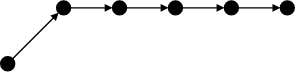
The draw.io diagram Processamento de Imagens - Atividades do dia 2022-06-09.svg in mdmundo/diagrams, before a commit. Source tidied: cells renumbered, new cells last; positions are measured from the earlier drawing's top-left corner, leaving out a move shared by most shapes.
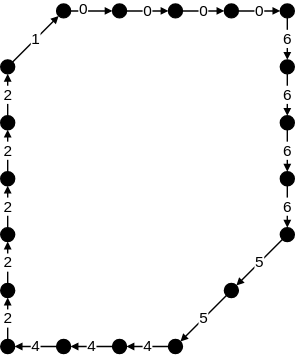
Later version of the same file.

What changed in the source:
```diff
@@ -2,7 +2,7 @@
   <root>
     <mxCell id="0" />
     <mxCell id="1" parent="0" />
-    <mxCell id="2" style="rounded=0;jettySize=auto;html=1;endArrow=block;endFill=1;strokeWidth=1;endSize=3;startSize=3;jumpSize=6;" parent="1" edge="1" source="3" target="5">
+    <mxCell id="2" value="1" style="rounded=0;jettySize=auto;html=1;endArrow=block;endFill=1;strokeWidth=1;endSize=3;startSize=3;jumpSize=6;" parent="1" edge="1" source="3" target="5">
       <mxGeometry relative="1" as="geometry" />
     </mxCell>
     <mxCell id="3" style="ellipse;whiteSpace=wrap;html=1;fillColor=#000000;" parent="1" vertex="1">
@@ -11,29 +11,113 @@
     <mxCell id="4" style="edgeStyle=none;rounded=0;jumpSize=6;jettySize=auto;html=1;endArrow=block;endFill=1;startSize=3;endSize=3;strokeWidth=1;" parent="1" edge="1" source="5" target="7">
       <mxGeometry relative="1" as="geometry" />
     </mxCell>
+    <mxCell id="13" value="0" style="edgeLabel;html=1;align=center;verticalAlign=middle;" parent="4" vertex="1">
+      <mxGeometry x="-0.37" y="1" relative="1" as="geometry" />
+    </mxCell>
     <mxCell id="5" style="ellipse;whiteSpace=wrap;html=1;fillColor=#000000;" parent="1" vertex="1">
       <mxGeometry x="40" width="10" height="10" as="geometry" />
     </mxCell>
-    <mxCell id="6" style="edgeStyle=none;rounded=0;jumpSize=6;jettySize=auto;html=1;endArrow=block;endFill=1;startSize=3;endSize=3;strokeWidth=1;" parent="1" edge="1" source="7" target="9">
+    <mxCell id="6" value="0" style="edgeStyle=none;rounded=0;jumpSize=6;jettySize=auto;html=1;endArrow=block;endFill=1;startSize=3;endSize=3;strokeWidth=1;" parent="1" edge="1" source="7" target="9">
       <mxGeometry relative="1" as="geometry" />
     </mxCell>
     <mxCell id="7" style="ellipse;whiteSpace=wrap;html=1;fillColor=#000000;" parent="1" vertex="1">
       <mxGeometry x="80" width="10" height="10" as="geometry" />
     </mxCell>
-    <mxCell id="8" style="edgeStyle=none;rounded=0;jumpSize=6;jettySize=auto;html=1;endArrow=block;endFill=1;startSize=3;endSize=3;strokeWidth=1;" parent="1" edge="1" source="9" target="11">
+    <mxCell id="8" value="0" style="edgeStyle=none;rounded=0;jumpSize=6;jettySize=auto;html=1;endArrow=block;endFill=1;startSize=3;endSize=3;strokeWidth=1;" parent="1" edge="1" source="9" target="11">
       <mxGeometry relative="1" as="geometry" />
     </mxCell>
     <mxCell id="9" style="ellipse;whiteSpace=wrap;html=1;fillColor=#000000;" parent="1" vertex="1">
       <mxGeometry x="120" width="10" height="10" as="geometry" />
     </mxCell>
-    <mxCell id="10" style="edgeStyle=none;rounded=0;jumpSize=6;jettySize=auto;html=1;endArrow=block;endFill=1;startSize=3;endSize=3;strokeWidth=1;" parent="1" edge="1" source="11" target="12">
+    <mxCell id="10" value="0" style="edgeStyle=none;rounded=0;jumpSize=6;jettySize=auto;html=1;endArrow=block;endFill=1;startSize=3;endSize=3;strokeWidth=1;" parent="1" edge="1" source="11" target="12">
       <mxGeometry relative="1" as="geometry" />
     </mxCell>
     <mxCell id="11" style="ellipse;whiteSpace=wrap;html=1;fillColor=#000000;" parent="1" vertex="1">
       <mxGeometry x="160" width="10" height="10" as="geometry" />
     </mxCell>
+    <mxCell id="14" value="6" style="edgeStyle=none;rounded=0;jumpSize=6;jettySize=auto;html=1;endArrow=block;endFill=1;startSize=3;endSize=3;strokeWidth=1;" parent="1" edge="1" source="12" target="16">
+      <mxGeometry relative="1" as="geometry" />
+    </mxCell>
     <mxCell id="12" style="ellipse;whiteSpace=wrap;html=1;fillColor=#000000;" parent="1" vertex="1">
       <mxGeometry x="200" width="10" height="10" as="geometry" />
     </mxCell>
+    <mxCell id="15" value="6" style="edgeStyle=none;rounded=0;jumpSize=6;jettySize=auto;html=1;endArrow=block;endFill=1;startSize=3;endSize=3;strokeWidth=1;" parent="1" edge="1" source="16" target="18">
+      <mxGeometry relative="1" as="geometry" />
+    </mxCell>
+    <mxCell id="16" style="ellipse;whiteSpace=wrap;html=1;fillColor=#000000;" parent="1" vertex="1">
+      <mxGeometry x="200" y="40" width="10" height="10" as="geometry" />
+    </mxCell>
+    <mxCell id="17" value="6" style="edgeStyle=none;rounded=0;jumpSize=6;jettySize=auto;html=1;endArrow=block;endFill=1;startSize=3;endSize=3;strokeWidth=1;" parent="1" edge="1" source="18" target="20">
+      <mxGeometry relative="1" as="geometry" />
+    </mxCell>
+    <mxCell id="18" style="ellipse;whiteSpace=wrap;html=1;fillColor=#000000;" parent="1" vertex="1">
+      <mxGeometry x="200" y="80" width="10" height="10" as="geometry" />
+    </mxCell>
+    <mxCell id="19" value="6" style="edgeStyle=none;rounded=0;jumpSize=6;jettySize=auto;html=1;endArrow=block;endFill=1;startSize=3;endSize=3;strokeWidth=1;" parent="1" edge="1" source="20" target="22">
+      <mxGeometry relative="1" as="geometry" />
+    </mxCell>
+    <mxCell id="20" style="ellipse;whiteSpace=wrap;html=1;fillColor=#000000;" parent="1" vertex="1">
+      <mxGeometry x="200" y="120" width="10" height="10" as="geometry" />
+    </mxCell>
+    <mxCell id="21" value="5" style="edgeStyle=none;rounded=0;jumpSize=6;jettySize=auto;html=1;endArrow=block;endFill=1;startSize=3;endSize=3;strokeWidth=1;" parent="1" edge="1" source="22" target="24">
+      <mxGeometry relative="1" as="geometry" />
+    </mxCell>
+    <mxCell id="22" style="ellipse;whiteSpace=wrap;html=1;fillColor=#000000;" parent="1" vertex="1">
+      <mxGeometry x="200" y="160" width="10" height="10" as="geometry" />
+    </mxCell>
+    <mxCell id="23" value="5" style="edgeStyle=none;rounded=0;jumpSize=6;jettySize=auto;html=1;endArrow=block;endFill=1;startSize=3;endSize=3;strokeWidth=1;" parent="1" edge="1" source="24" target="26">
+      <mxGeometry relative="1" as="geometry" />
+    </mxCell>
+    <mxCell id="24" style="ellipse;whiteSpace=wrap;html=1;fillColor=#000000;" parent="1" vertex="1">
+      <mxGeometry x="160" y="200" width="10" height="10" as="geometry" />
+    </mxCell>
+    <mxCell id="25" value="4" style="edgeStyle=none;rounded=0;jumpSize=6;jettySize=auto;html=1;endArrow=block;endFill=1;startSize=3;endSize=3;strokeWidth=1;" parent="1" edge="1" source="26" target="28">
+      <mxGeometry relative="1" as="geometry" />
+    </mxCell>
+    <mxCell id="26" style="ellipse;whiteSpace=wrap;html=1;fillColor=#000000;" parent="1" vertex="1">
+      <mxGeometry x="120" y="240" width="10" height="10" as="geometry" />
+    </mxCell>
+    <mxCell id="27" value="4" style="edgeStyle=none;rounded=0;jumpSize=6;jettySize=auto;html=1;endArrow=block;endFill=1;startSize=3;endSize=3;strokeWidth=1;" parent="1" edge="1" source="28" target="30">
+      <mxGeometry relative="1" as="geometry" />
+    </mxCell>
+    <mxCell id="28" style="ellipse;whiteSpace=wrap;html=1;fillColor=#000000;" parent="1" vertex="1">
+      <mxGeometry x="80" y="240" width="10" height="10" as="geometry" />
+    </mxCell>
+    <mxCell id="29" value="4" style="edgeStyle=none;rounded=0;jumpSize=6;jettySize=auto;html=1;endArrow=block;endFill=1;startSize=3;endSize=3;strokeWidth=1;" parent="1" edge="1" source="30" target="32">
+      <mxGeometry relative="1" as="geometry" />
+    </mxCell>
+    <mxCell id="30" style="ellipse;whiteSpace=wrap;html=1;fillColor=#000000;" parent="1" vertex="1">
+      <mxGeometry x="40" y="240" width="10" height="10" as="geometry" />
+    </mxCell>
+    <mxCell id="31" value="2" style="edgeStyle=none;rounded=0;jumpSize=6;jettySize=auto;html=1;endArrow=block;endFill=1;startSize=3;endSize=3;strokeWidth=1;" parent="1" edge="1" source="32" target="34">
+      <mxGeometry relative="1" as="geometry" />
+    </mxCell>
+    <mxCell id="32" style="ellipse;whiteSpace=wrap;html=1;fillColor=#000000;" parent="1" vertex="1">
+      <mxGeometry y="240" width="10" height="10" as="geometry" />
+    </mxCell>
+    <mxCell id="33" value="2" style="edgeStyle=none;rounded=0;jumpSize=6;jettySize=auto;html=1;endArrow=block;endFill=1;startSize=3;endSize=3;strokeWidth=1;" parent="1" edge="1" source="34" target="36">
+      <mxGeometry relative="1" as="geometry" />
+    </mxCell>
+    <mxCell id="34" style="ellipse;whiteSpace=wrap;html=1;fillColor=#000000;" parent="1" vertex="1">
+      <mxGeometry y="200" width="10" height="10" as="geometry" />
+    </mxCell>
+    <mxCell id="35" value="2" style="edgeStyle=none;rounded=0;jumpSize=6;jettySize=auto;html=1;endArrow=block;endFill=1;startSize=3;endSize=3;strokeWidth=1;" parent="1" edge="1" source="36" target="38">
+      <mxGeometry relative="1" as="geometry" />
+    </mxCell>
+    <mxCell id="36" style="ellipse;whiteSpace=wrap;html=1;fillColor=#000000;" parent="1" vertex="1">
+      <mxGeometry y="160" width="10" height="10" as="geometry" />
+    </mxCell>
+    <mxCell id="37" value="2" style="edgeStyle=none;rounded=0;jumpSize=6;jettySize=auto;html=1;endArrow=block;endFill=1;startSize=3;endSize=3;strokeWidth=1;" parent="1" edge="1" source="38" target="40">
+      <mxGeometry relative="1" as="geometry" />
+    </mxCell>
+    <mxCell id="38" style="ellipse;whiteSpace=wrap;html=1;fillColor=#000000;" parent="1" vertex="1">
+      <mxGeometry y="120" width="10" height="10" as="geometry" />
+    </mxCell>
+    <mxCell id="39" value="2" style="edgeStyle=none;rounded=0;jumpSize=6;jettySize=auto;html=1;entryX=0.5;entryY=1;entryDx=0;entryDy=0;endArrow=block;endFill=1;startSize=3;endSize=3;strokeWidth=1;" parent="1" edge="1" source="40" target="3">
+      <mxGeometry relative="1" as="geometry" />
+    </mxCell>
+    <mxCell id="40" style="ellipse;whiteSpace=wrap;html=1;fillColor=#000000;" parent="1" vertex="1">
+      <mxGeometry y="80" width="10" height="10" as="geometry" />
+    </mxCell>
   </root>
 </mxGraphModel>
```
